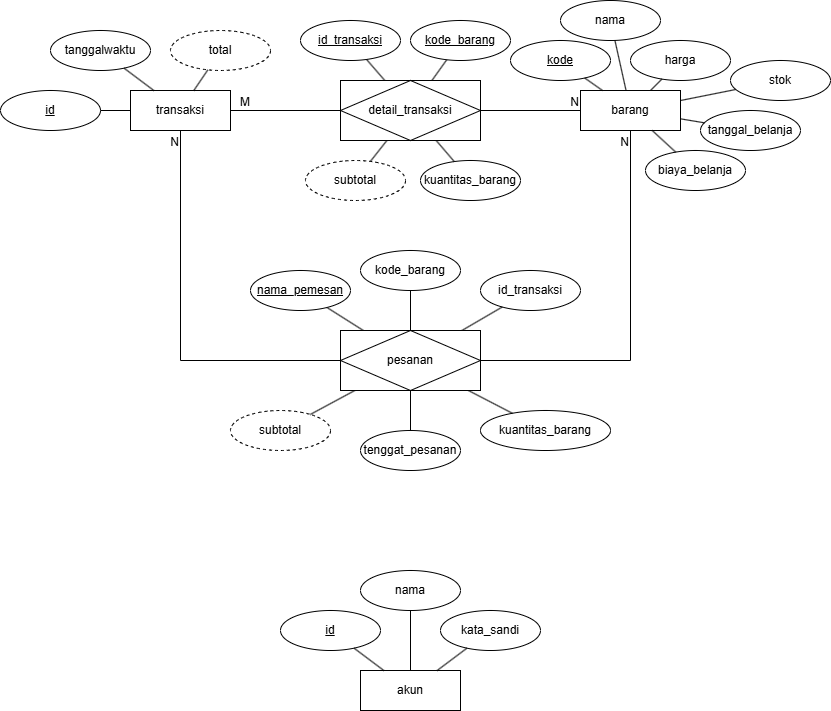
Above: src/main/resources/diagrams/db_warunq.drawio.png in James1Aurora/WarunQ (draw.io), before the change. Source tidied: cells renumbered, new cells last; positions are measured from the earlier drawing's top-left corner, leaving out a move shared by most shapes.
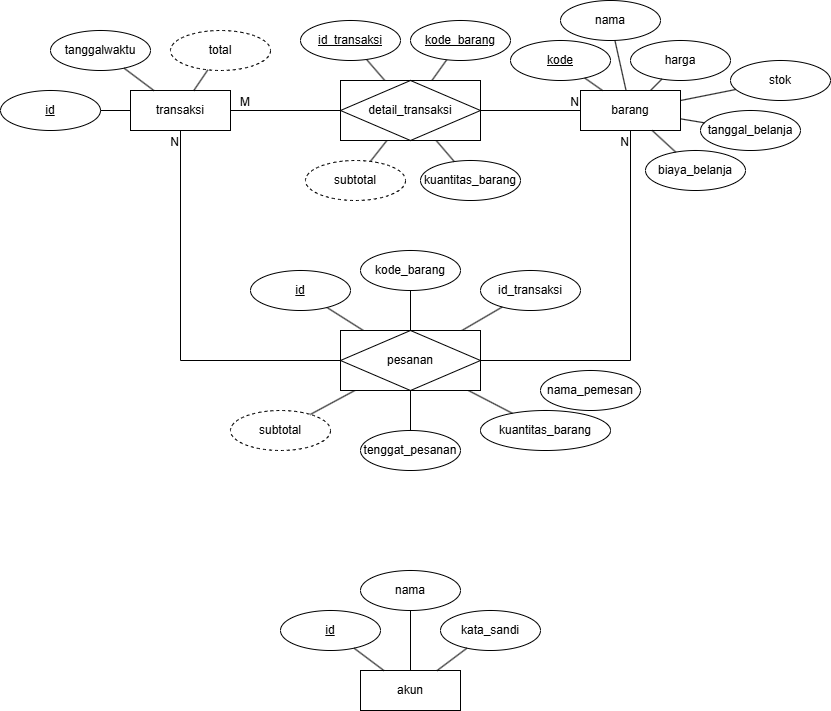
Later version of the same file.

Diff of the diagram source:
```diff
@@ -148,7 +148,7 @@
     <mxCell id="49" value="kode_barang" style="ellipse;whiteSpace=wrap;html=1;align=center;fontStyle=4;" parent="1" vertex="1">
       <mxGeometry x="410" y="20" width="100" height="40" as="geometry" />
     </mxCell>
-    <mxCell id="50" value="nama_pemesan" style="ellipse;whiteSpace=wrap;html=1;align=center;fontStyle=4;" parent="1" vertex="1">
+    <mxCell id="50" value="id" style="ellipse;whiteSpace=wrap;html=1;align=center;fontStyle=4;" parent="1" vertex="1">
       <mxGeometry x="250" y="270" width="100" height="40" as="geometry" />
     </mxCell>
     <mxCell id="51" value="id_transaksi" style="ellipse;whiteSpace=wrap;html=1;align=center;" parent="1" vertex="1">
@@ -187,5 +187,8 @@
         <mxPoint y="20" as="offset" />
       </mxGeometry>
     </mxCell>
+    <mxCell id="59" value="nama_pemesan" style="ellipse;whiteSpace=wrap;html=1;align=center;" parent="1" vertex="1">
+      <mxGeometry x="540" y="370" width="100" height="40" as="geometry" />
+    </mxCell>
   </root>
 </mxGraphModel>
```
